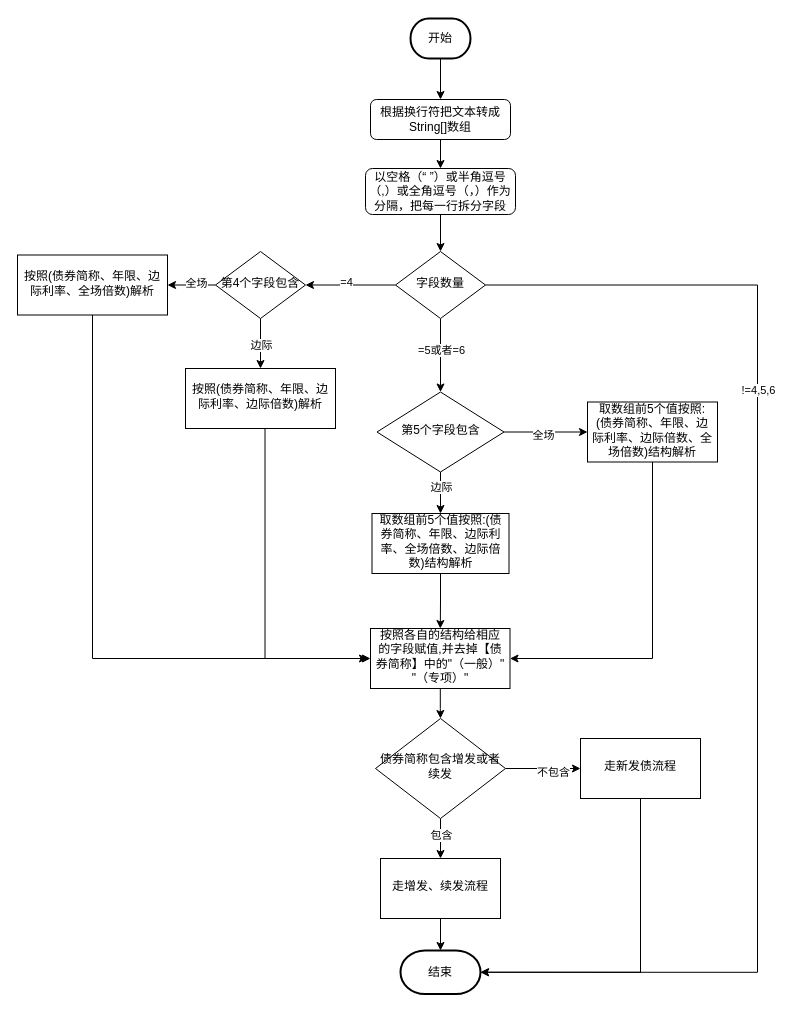
xbluckly/test keeps this draw.io diagram as 一创混合式结构解析流程.drawio. Above is the earlier version. Source tidied: cells renumbered, new cells numbered last; positions are measured from the earlier drawing's top-left corner, leaving out a move shared by most shapes. Both pictures are drawn from the tidied source at 100%, with x=0, y=0 at pixel (17, 18).
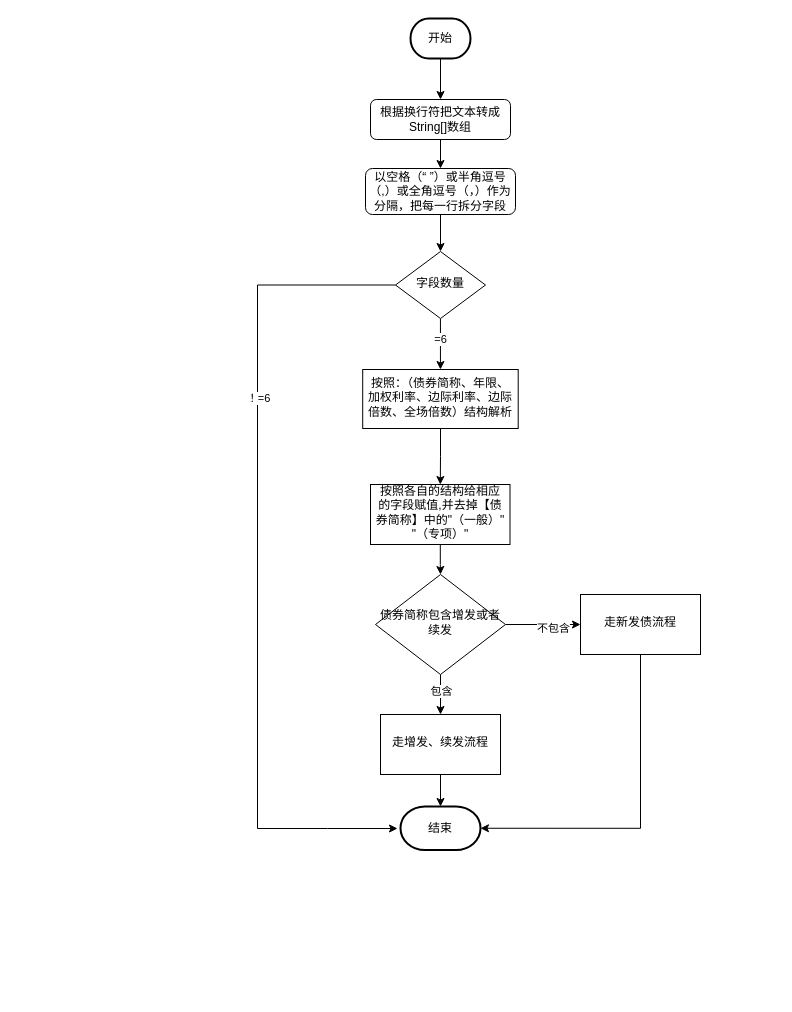
Above is the later version.

Commit message (it also covers changes not shown here):
更新一创混合式结构解析流程.drawio

The change refers to these unchanged cells:
```xml
<mxCell id="8" value="字段数量" style="rhombus;whiteSpace=wrap;html=1;shadow=0;fontFamily=Helvetica;fontSize=12;align=center;strokeWidth=1;spacing=6;spacingTop=-4;" parent="1" vertex="1">
  <mxGeometry x="378" y="233" width="90" height="67" as="geometry" />
</mxCell>
```

Diff of the diagram source:
```diff
@@
-    <mxCell id="2" style="edgeStyle=orthogonalEdgeStyle;rounded=0;jettySize=auto;html=1;entryX=1;entryY=0.5;entryDx=0;entryDy=0;entryPerimeter=0;" parent="1" edge="1" source="8" target="40">
+    <mxCell id="2" style="edgeStyle=orthogonalEdgeStyle;rounded=0;jettySize=auto;html=1;" parent="1" edge="1" source="8">
       <mxGeometry relative="1" as="geometry">
+        <mxPoint x="380" y="810" as="targetPoint" />
         <Array as="points">
-          <mxPoint x="740" y="267" />
-          <mxPoint x="740" y="954" />
+          <mxPoint x="240" y="267" />
+          <mxPoint x="240" y="810" />
+          <mxPoint x="310" y="810" />
         </Array>
       </mxGeometry>
     </mxCell>
-    <mxCell id="3" value="!=4,5,6" style="edgeLabel;html=1;align=center;verticalAlign=middle;" parent="2" vertex="1">
+    <mxCell id="3" value="！=6" style="edgeLabel;html=1;align=center;verticalAlign=middle;" parent="2" vertex="1">
       <mxGeometry x="-0.39" relative="1" as="geometry" />
     </mxCell>
-    <mxCell id="4" style="edgeStyle=orthogonalEdgeStyle;rounded=0;jettySize=auto;html=1;" parent="1" edge="1" source="8" target="21">
-      <mxGeometry relative="1" as="geometry" />
-    </mxCell>
-    <mxCell id="5" value="=4" style="edgeLabel;html=1;align=center;verticalAlign=middle;" parent="4" vertex="1">
-      <mxGeometry x="0.12" y="-3" relative="1" as="geometry" />
-    </mxCell>
-    <mxCell id="6" style="edgeStyle=orthogonalEdgeStyle;rounded=0;jettySize=auto;html=1;" parent="1" edge="1" source="8" target="28">
+    <mxCell id="6" style="edgeStyle=orthogonalEdgeStyle;rounded=0;jettySize=auto;html=1;entryX=0.5;entryY=0;entryDx=0;entryDy=0;" parent="1" edge="1" source="8" target="30">
       <mxGeometry relative="1" as="geometry" />
     </mxCell>
-    <mxCell id="7" value="=5或者=6" style="edgeLabel;html=1;align=center;verticalAlign=middle;" parent="6" vertex="1">
+    <mxCell id="7" value="=6" style="edgeLabel;html=1;align=center;verticalAlign=middle;" parent="6" vertex="1">
       <mxGeometry x="-0.17" relative="1" as="geometry" />
     </mxCell>
@@
-    <mxCell id="15" style="edgeStyle=orthogonalEdgeStyle;rounded=0;jettySize=auto;html=1;exitX=0.5;exitY=1;exitDx=0;exitDy=0;entryX=0;entryY=0.5;entryDx=0;entryDy=0;" parent="1" edge="1" target="34">
-      <mxGeometry relative="1" as="geometry">
-        <mxPoint x="247.5" y="410" as="sourcePoint" />
-        <Array as="points">
-          <mxPoint x="248" y="640" />
-        </Array>
-      </mxGeometry>
-    </mxCell>
-    <mxCell id="16" value="&lt;font&gt;&lt;font&gt;&lt;font&gt;&lt;font&gt;按照(&lt;/font&gt;&lt;span class=&quot;lark-record-clipboard&quot; data-lark-record-data=&quot;{&amp;quot;rootId&amp;quot;:&amp;quot;Aed7douATo9B6cx0R7Rc3emsnXd&amp;quot;,&amp;quot;text&amp;quot;:{&amp;quot;initialAttributedTexts&amp;quot;:{&amp;quot;text&amp;quot;:{&amp;quot;0&amp;quot;:&amp;quot;债券简称、年限、边际利率、边际倍数、全场倍数&amp;quot;},&amp;quot;attribs&amp;quot;:{&amp;quot;0&amp;quot;:&amp;quot;*0+m&amp;quot;}},&amp;quot;apool&amp;quot;:{&amp;quot;numToAttrib&amp;quot;:{&amp;quot;0&amp;quot;:[&amp;quot;author&amp;quot;,&amp;quot;7403194829083705347&amp;quot;]},&amp;quot;nextNum&amp;quot;:1}},&amp;quot;type&amp;quot;:&amp;quot;text&amp;quot;,&amp;quot;referenceRecordMap&amp;quot;:{},&amp;quot;extra&amp;quot;:{&amp;quot;channel&amp;quot;:&amp;quot;saas&amp;quot;,&amp;quot;isEqualBlockSelection&amp;quot;:false,&amp;quot;pasteRandomId&amp;quot;:&amp;quot;bad50544-bbe7-4ff5-9065-9b157c9cde26&amp;quot;,&amp;quot;mention_page_title&amp;quot;:{},&amp;quot;external_mention_url&amp;quot;:{}},&amp;quot;isKeepQuoteContainer&amp;quot;:false,&amp;quot;isFromCode&amp;quot;:false,&amp;quot;selection&amp;quot;:[{&amp;quot;id&amp;quot;:1276,&amp;quot;type&amp;quot;:&amp;quot;text&amp;quot;,&amp;quot;selection&amp;quot;:{&amp;quot;start&amp;quot;:5,&amp;quot;end&amp;quot;:27},&amp;quot;recordId&amp;quot;:&amp;quot;MBuOdx3JgoIW1RxEpJ0cuvZBnpc&amp;quot;}],&amp;quot;payloadMap&amp;quot;:{},&amp;quot;isCut&amp;quot;:false}&quot;&gt;&lt;/span&gt;&lt;span style=&quot;background-color: transparent;&quot;&gt;&lt;font&gt;债券简称、年限、边际利率、边际&lt;/font&gt;&lt;/span&gt;&lt;font&gt;倍数)解析&lt;/font&gt;&lt;/font&gt;&lt;/font&gt;&lt;br&gt;&lt;/font&gt;" style="whiteSpace=wrap;html=1;shadow=0;strokeWidth=1;spacing=6;spacingTop=-4;" parent="1" vertex="1">
-      <mxGeometry x="168" y="350" width="150" height="60" as="geometry" />
-    </mxCell>
-    <mxCell id="17" style="edgeStyle=orthogonalEdgeStyle;rounded=0;jettySize=auto;html=1;" parent="1" edge="1" source="21" target="16">
-      <mxGeometry relative="1" as="geometry" />
-    </mxCell>
-    <mxCell id="18" value="边际" style="edgeLabel;html=1;align=center;verticalAlign=middle;" parent="17" vertex="1">
-      <mxGeometry x="0.05" relative="1" as="geometry" />
-    </mxCell>
-    <mxCell id="19" style="edgeStyle=orthogonalEdgeStyle;rounded=0;jettySize=auto;html=1;" parent="1" edge="1" source="21" target="23">
-      <mxGeometry relative="1" as="geometry" />
-    </mxCell>
-    <mxCell id="20" value="全场" style="edgeLabel;html=1;align=center;verticalAlign=middle;" parent="19" vertex="1">
-      <mxGeometry x="-0.17" y="-2" relative="1" as="geometry" />
-    </mxCell>
-    <mxCell id="21" value="第4个字段包含" style="rhombus;whiteSpace=wrap;html=1;shadow=0;fontFamily=Helvetica;fontSize=12;align=center;strokeWidth=1;spacing=6;spacingTop=-4;" parent="1" vertex="1">
-      <mxGeometry x="198" y="233" width="90" height="67" as="geometry" />
-    </mxCell>
-    <mxCell id="22" style="edgeStyle=orthogonalEdgeStyle;rounded=0;jettySize=auto;html=1;" parent="1" edge="1" source="23">
-      <mxGeometry relative="1" as="geometry">
-        <mxPoint x="350" y="640" as="targetPoint" />
-        <Array as="points">
-          <mxPoint x="75" y="640" />
-        </Array>
-      </mxGeometry>
-    </mxCell>
-    <mxCell id="23" value="&lt;font&gt;&lt;font&gt;&lt;font&gt;&lt;font&gt;按照(&lt;/font&gt;&lt;span class=&quot;lark-record-clipboard&quot; data-lark-record-data=&quot;{&amp;quot;rootId&amp;quot;:&amp;quot;Aed7douATo9B6cx0R7Rc3emsnXd&amp;quot;,&amp;quot;text&amp;quot;:{&amp;quot;initialAttributedTexts&amp;quot;:{&amp;quot;text&amp;quot;:{&amp;quot;0&amp;quot;:&amp;quot;债券简称、年限、边际利率、边际倍数、全场倍数&amp;quot;},&amp;quot;attribs&amp;quot;:{&amp;quot;0&amp;quot;:&amp;quot;*0+m&amp;quot;}},&amp;quot;apool&amp;quot;:{&amp;quot;numToAttrib&amp;quot;:{&amp;quot;0&amp;quot;:[&amp;quot;author&amp;quot;,&amp;quot;7403194829083705347&amp;quot;]},&amp;quot;nextNum&amp;quot;:1}},&amp;quot;type&amp;quot;:&amp;quot;text&amp;quot;,&amp;quot;referenceRecordMap&amp;quot;:{},&amp;quot;extra&amp;quot;:{&amp;quot;channel&amp;quot;:&amp;quot;saas&amp;quot;,&amp;quot;isEqualBlockSelection&amp;quot;:false,&amp;quot;pasteRandomId&amp;quot;:&amp;quot;bad50544-bbe7-4ff5-9065-9b157c9cde26&amp;quot;,&amp;quot;mention_page_title&amp;quot;:{},&amp;quot;external_mention_url&amp;quot;:{}},&amp;quot;isKeepQuoteContainer&amp;quot;:false,&amp;quot;isFromCode&amp;quot;:false,&amp;quot;selection&amp;quot;:[{&amp;quot;id&amp;quot;:1276,&amp;quot;type&amp;quot;:&amp;quot;text&amp;quot;,&amp;quot;selection&amp;quot;:{&amp;quot;start&amp;quot;:5,&amp;quot;end&amp;quot;:27},&amp;quot;recordId&amp;quot;:&amp;quot;MBuOdx3JgoIW1RxEpJ0cuvZBnpc&amp;quot;}],&amp;quot;payloadMap&amp;quot;:{},&amp;quot;isCut&amp;quot;:false}&quot;&gt;&lt;/span&gt;&lt;span style=&quot;background-color: transparent;&quot;&gt;&lt;font&gt;债券简称、年限、边际利率、全场&lt;/font&gt;&lt;/span&gt;&lt;font&gt;倍数)解析&lt;/font&gt;&lt;/font&gt;&lt;/font&gt;&lt;br&gt;&lt;/font&gt;" style="whiteSpace=wrap;html=1;shadow=0;strokeWidth=1;spacing=6;spacingTop=-4;" parent="1" vertex="1">
-      <mxGeometry y="236.5" width="150" height="60" as="geometry" />
-    </mxCell>
-    <mxCell id="24" style="edgeStyle=orthogonalEdgeStyle;rounded=0;jettySize=auto;html=1;" parent="1" edge="1" source="28" target="30">
-      <mxGeometry relative="1" as="geometry" />
-    </mxCell>
-    <mxCell id="25" value="边际" style="edgeLabel;html=1;align=center;verticalAlign=middle;" parent="24" vertex="1">
-      <mxGeometry x="-0.26" y="-1" relative="1" as="geometry">
-        <mxPoint x="1" as="offset" />
-      </mxGeometry>
-    </mxCell>
-    <mxCell id="26" style="edgeStyle=orthogonalEdgeStyle;rounded=0;jettySize=auto;html=1;" parent="1" edge="1" source="28" target="32">
-      <mxGeometry relative="1" as="geometry" />
-    </mxCell>
-    <mxCell id="27" value="全场" style="edgeLabel;html=1;align=center;verticalAlign=middle;" parent="26" vertex="1">
-      <mxGeometry x="-0.1" y="-2" relative="1" as="geometry">
-        <mxPoint x="1" y="1" as="offset" />
-      </mxGeometry>
-    </mxCell>
-    <mxCell id="28" value="&lt;br&gt;&lt;span style=&quot;color: rgb(0, 0, 0); font-family: Helvetica; font-size: 12px; font-style: normal; font-variant-ligatures: normal; font-variant-caps: normal; font-weight: 400; letter-spacing: normal; orphans: 2; text-align: center; text-indent: 0px; text-transform: none; widows: 2; word-spacing: 0px; -webkit-text-stroke-width: 0px; white-space: normal; background-color: rgb(251, 251, 251); text-decoration-thickness: initial; text-decoration-style: initial; text-decoration-color: initial; display: inline !important; float: none;&quot;&gt;第5个字段包含&lt;/span&gt;&lt;div&gt;&lt;br/&gt;&lt;/div&gt;" style="rhombus;whiteSpace=wrap;html=1;shadow=0;strokeWidth=1;spacing=6;spacingTop=-4;" parent="1" vertex="1">
-      <mxGeometry x="359.5" y="373.5" width="127" height="80" as="geometry" />
-    </mxCell>
@@
-    <mxCell id="30" value="取数组前5个值按照:(债券简称、年限、边际利率、全场倍数、边际倍数)结构解析" style="whiteSpace=wrap;html=1;shadow=0;strokeWidth=1;spacing=6;spacingTop=-4;" parent="1" vertex="1">
-      <mxGeometry x="354.5" y="495" width="137" height="60" as="geometry" />
+    <mxCell id="30" value="&lt;font&gt;按照：（&lt;/font&gt;&lt;span style=&quot;background-color: transparent;&quot;&gt;债券简称、年限、加权利率、边际利率、边际倍数、全场倍数&lt;/span&gt;&lt;font&gt;）结构解析&lt;/font&gt;" style="whiteSpace=wrap;html=1;shadow=0;strokeWidth=1;spacing=6;spacingTop=-4;" parent="1" vertex="1">
+      <mxGeometry x="345.2" y="351" width="155.5" height="59" as="geometry" />
     </mxCell>
-    <mxCell id="31" style="edgeStyle=orthogonalEdgeStyle;rounded=0;jettySize=auto;html=1;entryX=1;entryY=0.5;entryDx=0;entryDy=0;exitX=0.5;exitY=1;exitDx=0;exitDy=0;" parent="1" edge="1" source="32" target="34">
-      <mxGeometry relative="1" as="geometry" />
-    </mxCell>
-    <mxCell id="32" value="取数组前5个值按照:(债券简称、年限、边际利率、边际倍数、全场倍数)结构解析" style="whiteSpace=wrap;html=1;shadow=0;strokeWidth=1;spacing=6;spacingTop=-4;" parent="1" vertex="1">
-      <mxGeometry x="570" y="383.5" width="130" height="60" as="geometry" />
-    </mxCell>
@@
     <mxCell id="34" value="按照各自的结构给相应的字段赋值,并去掉【债券简称】中的&quot;（一般）&quot; &quot;（专项）&quot;" style="whiteSpace=wrap;html=1;shadow=0;strokeWidth=1;spacing=6;spacingTop=-4;" parent="1" vertex="1">
-      <mxGeometry x="353" y="610" width="139.5" height="60" as="geometry" />
+      <mxGeometry x="353" y="466" width="139.5" height="60" as="geometry" />
     </mxCell>
@@
     <mxCell id="39" value="债券简称包含增发或者续发" style="rhombus;whiteSpace=wrap;html=1;shadow=0;strokeWidth=1;spacing=6;spacingTop=-4;" parent="1" vertex="1">
-      <mxGeometry x="358" y="700" width="130" height="100" as="geometry" />
+      <mxGeometry x="358" y="556" width="130" height="100" as="geometry" />
     </mxCell>
     <mxCell id="40" value="结束" style="strokeWidth=2;html=1;shape=mxgraph.flowchart.terminator;whiteSpace=wrap;" parent="1" vertex="1">
-      <mxGeometry x="383" y="932" width="80" height="43.5" as="geometry" />
+      <mxGeometry x="383" y="788" width="80" height="43.5" as="geometry" />
     </mxCell>
@@
     <mxCell id="42" value="走增发、续发流程" style="whiteSpace=wrap;html=1;shadow=0;strokeWidth=1;spacing=6;spacingTop=-4;" parent="1" vertex="1">
-      <mxGeometry x="363" y="840" width="120" height="60" as="geometry" />
+      <mxGeometry x="363" y="696" width="120" height="60" as="geometry" />
     </mxCell>
@@
     <mxCell id="44" value="走新发债流程" style="whiteSpace=wrap;html=1;shadow=0;strokeWidth=1;spacing=6;spacingTop=-4;" parent="1" vertex="1">
-      <mxGeometry x="563" y="720" width="120" height="60" as="geometry" />
+      <mxGeometry x="563" y="576" width="120" height="60" as="geometry" />
     </mxCell>
```
